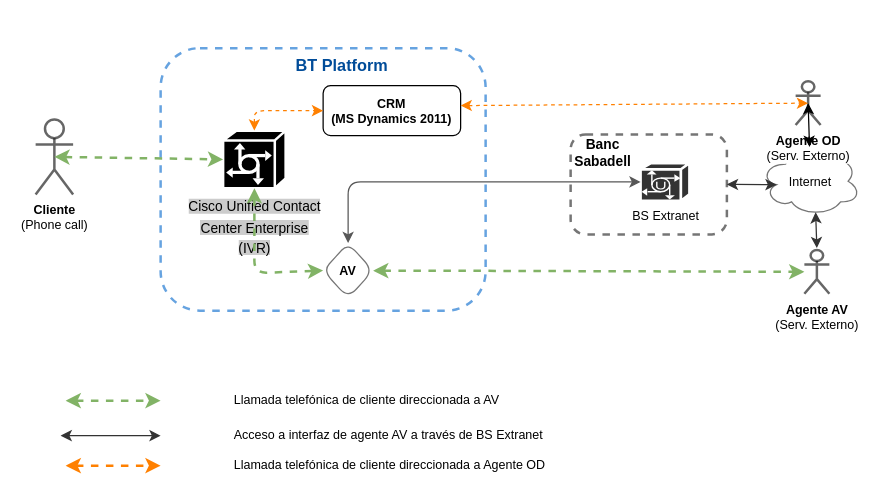
Before: page "AV" (2 of 8) of callcenter.drawio in xleyba/bank, a draw.io diagram. Source tidied: cells renumbered, new cells numbered last; positions are measured from the earlier drawing's top-left corner, leaving out a move shared by most shapes. Both pictures are drawn from the tidied source at 125%, with x=0, y=0 at pixel (35, 48).
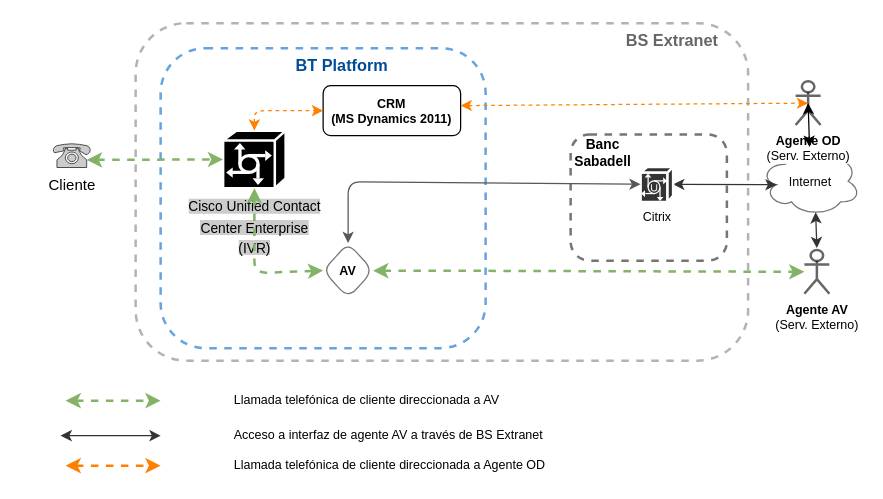
The same page after the edit.

Unchanged cells that the change refers to:
```xml
<mxCell id="4" value="&lt;span style=&quot;line-height: 150% ; font-size: 11px&quot;&gt;&lt;span style=&quot;background-color: rgb(204 , 204 , 204)&quot;&gt;Cisco Unified Contact &lt;br&gt;Center Enterprise&lt;br&gt;(IVR)&lt;/span&gt;&lt;br&gt;&lt;/span&gt;" style="shape=mxgraph.cisco.servers.communications_server;html=1;dashed=0;fillColor=#000000;strokeColor=#ffffff;strokeWidth=2;verticalLabelPosition=bottom;verticalAlign=top;align=center;outlineConnect=0;" parent="1" vertex="1">
  <mxGeometry x="150" y="66" width="50" height="46" as="geometry" />
</mxCell>
<mxCell id="10" value="Internet" style="ellipse;shape=cloud;whiteSpace=wrap;html=1;rounded=1;strokeColor=#1A1A1A;strokeWidth=1;fillColor=none;fontSize=10;fontColor=#000000;opacity=60;align=center;" parent="1" vertex="1">
  <mxGeometry x="580" y="79" width="80" height="55" as="geometry" />
</mxCell>
```

What changed in the source:
```diff
@@
+    <mxCell id="28" value="&lt;blockquote style=&quot;margin: 0 0 0 40px ; border: none ; padding: 0px&quot;&gt;&lt;blockquote style=&quot;margin: 0 0 0 40px ; border: none ; padding: 0px&quot;&gt;&lt;span style=&quot;font-size: 13px&quot;&gt;&lt;b&gt;BS Extranet&amp;nbsp; &amp;nbsp; &amp;nbsp;&amp;nbsp;&lt;/b&gt;&lt;/span&gt;&lt;/blockquote&gt;&lt;/blockquote&gt;" style="rounded=1;whiteSpace=wrap;html=1;strokeColor=#808080;fillColor=#FFFFFF;fontSize=10;align=right;verticalAlign=top;dashed=1;fontColor=#666666;strokeWidth=2;opacity=60;" parent="1" vertex="1">
+      <mxGeometry x="80" y="-20" width="490" height="270" as="geometry" />
+    </mxCell>
     <mxCell id="2" value="&lt;blockquote style=&quot;margin: 0 0 0 40px ; border: none ; padding: 0px&quot;&gt;&lt;blockquote style=&quot;margin: 0 0 0 40px ; border: none ; padding: 0px&quot;&gt;&lt;span style=&quot;font-size: 13px&quot;&gt;&lt;b&gt;&amp;nbsp; &amp;nbsp; &amp;nbsp; &amp;nbsp; &amp;nbsp; &amp;nbsp;&lt;/b&gt;&lt;/span&gt;&lt;/blockquote&gt;&lt;/blockquote&gt;" style="rounded=1;whiteSpace=wrap;html=1;strokeColor=#1A1A1A;fillColor=#FFFFFF;fontSize=10;align=right;verticalAlign=top;dashed=1;fontColor=#000000;strokeWidth=2;opacity=60;labelPosition=left;verticalLabelPosition=middle;" parent="1" vertex="1">
-      <mxGeometry x="428" y="69" width="125" height="80" as="geometry" />
+      <mxGeometry x="428" y="69" width="125" height="101" as="geometry" />
     </mxCell>
     <mxCell id="3" value="&lt;blockquote style=&quot;margin: 0 0 0 40px ; border: none ; padding: 0px&quot;&gt;&lt;blockquote style=&quot;margin: 0 0 0 40px ; border: none ; padding: 0px&quot;&gt;&lt;span style=&quot;font-size: 13px&quot;&gt;&lt;b&gt;&amp;nbsp; BT Platform&amp;nbsp; &amp;nbsp; &amp;nbsp; &amp;nbsp; &amp;nbsp; &amp;nbsp; &amp;nbsp; &amp;nbsp; &amp;nbsp; &amp;nbsp; &amp;nbsp;&lt;/b&gt;&lt;/span&gt;&lt;/blockquote&gt;&lt;/blockquote&gt;" style="rounded=1;whiteSpace=wrap;html=1;strokeColor=#0066CC;fillColor=#FFFFFF;fontSize=10;align=right;verticalAlign=top;dashed=1;fontColor=#004C99;strokeWidth=2;opacity=60;" parent="1" vertex="1">
-      <mxGeometry x="100" width="260" height="210" as="geometry" />
+      <mxGeometry x="100" width="260" height="240" as="geometry" />
     </mxCell>
@@
-    <mxCell id="5" value="&lt;b&gt;Cliente&lt;/b&gt;&lt;br&gt;(Phone call)" style="shape=umlActor;verticalLabelPosition=bottom;labelBackgroundColor=#ffffff;verticalAlign=top;html=1;outlineConnect=0;rounded=1;strokeColor=#000000;strokeWidth=2;fillColor=#FFFFFF;fontSize=10;fontColor=#000000;opacity=60;" parent="1" vertex="1">
-      <mxGeometry y="57" width="30" height="60" as="geometry" />
-    </mxCell>
@@
-    <mxCell id="12" style="endArrow=classic;startArrow=classic;html=1;fontSize=10;fontColor=#000000;exitX=0.5;exitY=0.5;exitDx=0;exitDy=0;exitPerimeter=0;fillColor=#d5e8d4;strokeColor=#82b366;dashed=1;strokeWidth=2;entryX=0;entryY=0.5;entryDx=0;entryDy=0;entryPerimeter=0;" parent="1" edge="1" source="5" target="4">
+    <mxCell id="12" style="endArrow=classic;startArrow=classic;html=1;fontSize=10;fontColor=#000000;exitX=0.9;exitY=0.68;exitDx=0;exitDy=0;exitPerimeter=0;fillColor=#d5e8d4;strokeColor=#82b366;dashed=1;strokeWidth=2;entryX=0;entryY=0.5;entryDx=0;entryDy=0;entryPerimeter=0;" parent="1" edge="1" source="29" target="4">
       <mxGeometry relative="1" as="geometry" />
     </mxCell>
@@
-    <mxCell id="16" style="endArrow=classic;startArrow=classic;html=1;strokeColor=#333333;strokeWidth=1;fontSize=10;fontColor=#000000;entryX=0.16;entryY=0.55;entryDx=0;entryDy=0;entryPerimeter=0;exitX=1;exitY=0.5;exitDx=0;exitDy=0;" parent="1" edge="1" source="2" target="10">
+    <mxCell id="16" style="endArrow=classic;startArrow=classic;html=1;strokeColor=#333333;strokeWidth=1;fontSize=10;fontColor=#000000;entryX=0.16;entryY=0.55;entryDx=0;entryDy=0;entryPerimeter=0;exitX=1;exitY=0.5;exitDx=0;exitDy=0;exitPerimeter=0;" parent="1" edge="1" source="19" target="10">
       <mxGeometry relative="1" as="geometry" />
     </mxCell>
@@
-    <mxCell id="19" value="BS Extranet" style="shape=mxgraph.cisco.hubs_and_gateways.universal_gateway;html=1;dashed=0;fillColor=#333333;strokeColor=#ffffff;strokeWidth=2;verticalLabelPosition=bottom;verticalAlign=top;align=center;outlineConnect=0;rounded=1;fontSize=10;fontColor=#000000;" parent="1" vertex="1">
-      <mxGeometry x="484" y="92" width="39" height="30" as="geometry" />
+    <mxCell id="19" value="Citrix" style="shape=mxgraph.cisco.hubs_and_gateways.universal_gateway;html=1;dashed=0;fillColor=#333333;strokeColor=#ffffff;strokeWidth=2;verticalLabelPosition=bottom;verticalAlign=top;align=center;outlineConnect=0;rounded=1;fontSize=10;fontColor=#000000;" parent="1" vertex="1">
+      <mxGeometry x="484" y="95" width="26" height="28" as="geometry" />
     </mxCell>
@@
+    <mxCell id="29" value="Cliente" style="fontColor=#000000;verticalAlign=top;verticalLabelPosition=bottom;labelPosition=center;align=center;html=1;outlineConnect=0;fillColor=#CCCCCC;strokeColor=#000000;gradientColor=none;gradientDirection=north;strokeWidth=2;shape=mxgraph.networks.phone_1;" parent="1" vertex="1">
+      <mxGeometry x="14" y="76.5" width="30" height="19" as="geometry" />
+    </mxCell>
```
